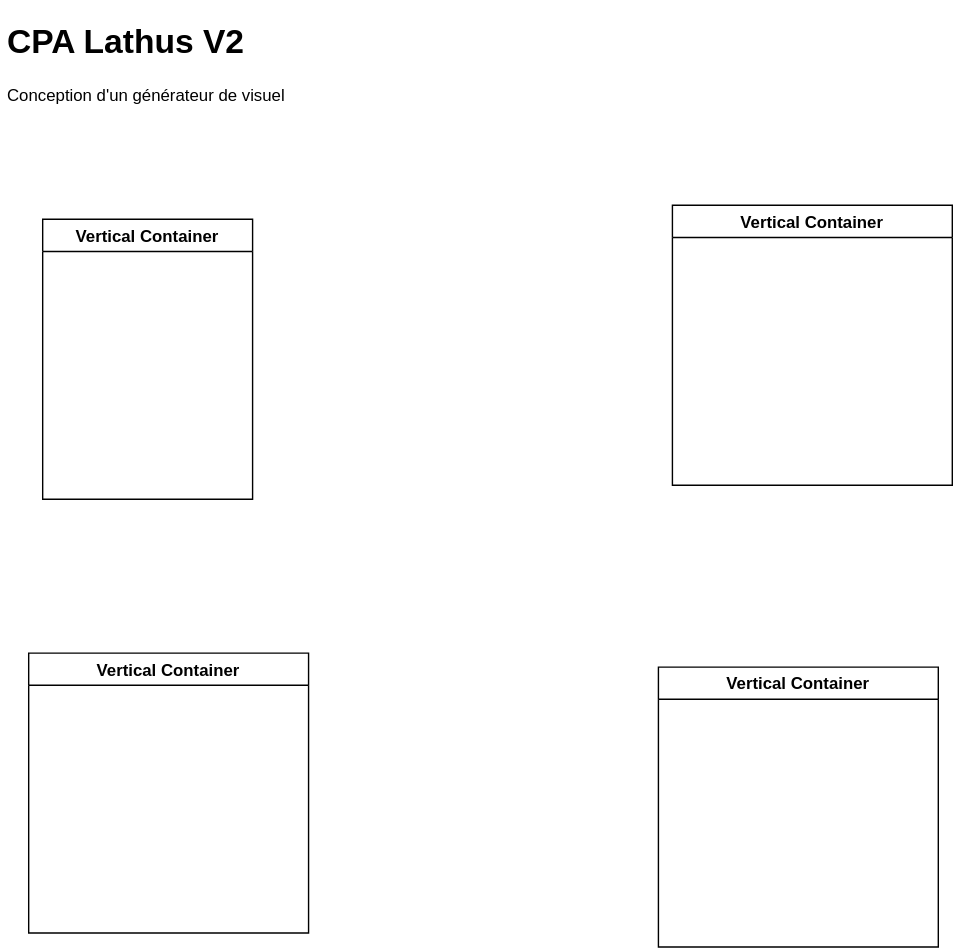
This is sources/mcd.drawio.svg from maitrecanard/cpa_lathus_v2, a draw.io export, as it was before one commit. Source tidied: cells renumbered, new cells last; positions are measured from the earlier drawing's top-left corner, leaving out a move shared by most shapes.
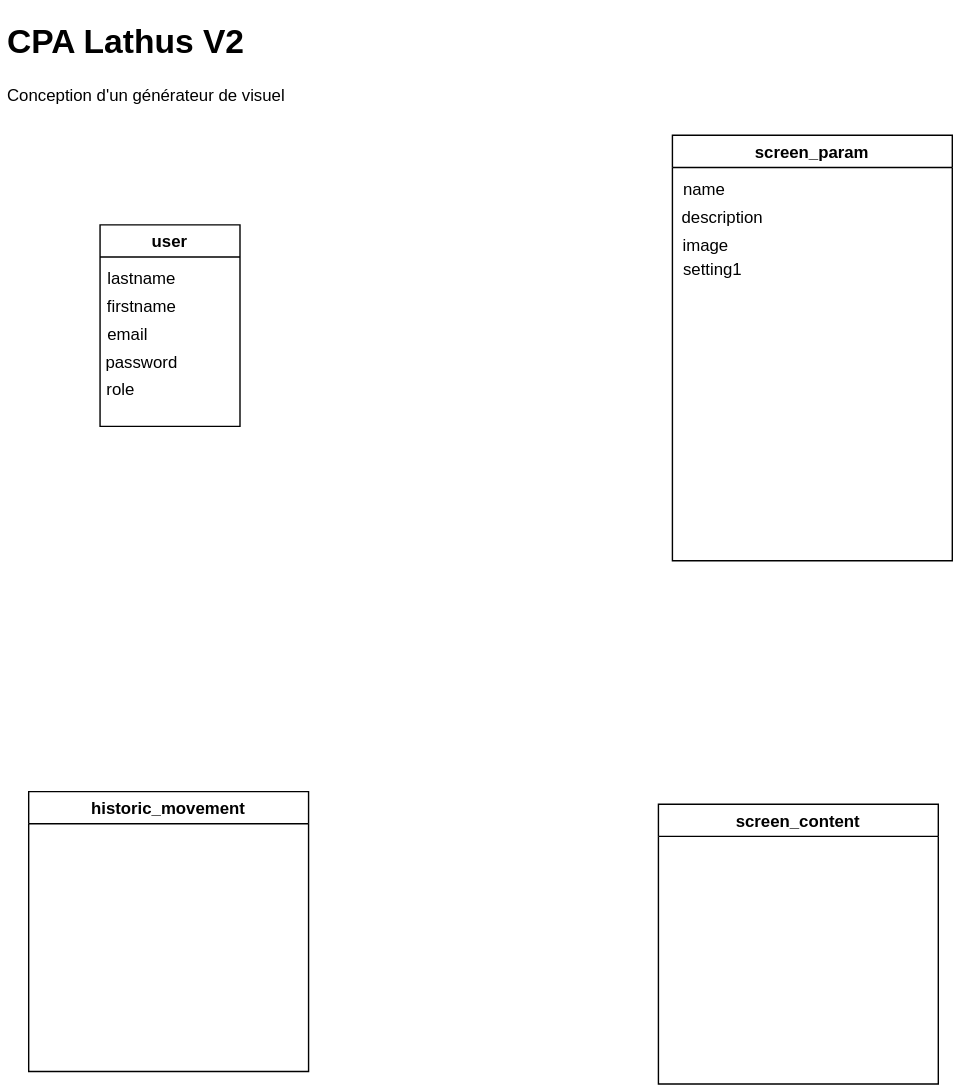
After the commit.

Commit message:
maj mcd

The edit, as a diff of the source:
```diff
@@ -5,17 +5,44 @@
     <mxCell id="2" value="&lt;h1&gt;CPA Lathus V2&lt;/h1&gt;&lt;p&gt;Conception d'un générateur de visuel&lt;/p&gt;" style="text;html=1;strokeColor=none;fillColor=none;spacing=5;spacingTop=-20;whiteSpace=wrap;overflow=hidden;rounded=0;" parent="1" vertex="1">
       <mxGeometry width="240" height="80" as="geometry" />
     </mxCell>
-    <mxCell id="3" value="Vertical Container" style="swimlane;" parent="1" vertex="1">
-      <mxGeometry x="30" y="146" width="150" height="200" as="geometry" />
+    <mxCell id="3" value="user" style="swimlane;" parent="1" vertex="1">
+      <mxGeometry x="71" y="150" width="100" height="144" as="geometry" />
     </mxCell>
+    <mxCell id="7" value="lastname" style="text;html=1;strokeColor=none;fillColor=none;align=center;verticalAlign=middle;whiteSpace=wrap;rounded=0;" parent="3" vertex="1">
+      <mxGeometry y="24" width="60" height="30" as="geometry" />
+    </mxCell>
+    <mxCell id="8" value="firstname" style="text;html=1;strokeColor=none;fillColor=none;align=center;verticalAlign=middle;whiteSpace=wrap;rounded=0;" parent="3" vertex="1">
+      <mxGeometry y="44" width="60" height="30" as="geometry" />
+    </mxCell>
+    <mxCell id="9" value="email" style="text;html=1;strokeColor=none;fillColor=none;align=center;verticalAlign=middle;whiteSpace=wrap;rounded=0;" parent="3" vertex="1">
+      <mxGeometry x="-10" y="64" width="60" height="30" as="geometry" />
+    </mxCell>
+    <mxCell id="10" value="password" style="text;html=1;strokeColor=none;fillColor=none;align=center;verticalAlign=middle;whiteSpace=wrap;rounded=0;" parent="3" vertex="1">
+      <mxGeometry y="84" width="60" height="30" as="geometry" />
+    </mxCell>
+    <mxCell id="11" value="role" style="text;html=1;strokeColor=none;fillColor=none;align=center;verticalAlign=middle;whiteSpace=wrap;rounded=0;" parent="3" vertex="1">
+      <mxGeometry x="-15" y="103" width="60" height="30" as="geometry" />
+    </mxCell>
-    <mxCell id="4" value="Vertical Container" style="swimlane;" parent="1" vertex="1">
-      <mxGeometry x="480" y="136" width="200" height="200" as="geometry" />
+    <mxCell id="4" value="screen_param" style="swimlane;" parent="1" vertex="1">
+      <mxGeometry x="480" y="86" width="200" height="304" as="geometry" />
     </mxCell>
+    <mxCell id="12" value="name" style="text;html=1;strokeColor=none;fillColor=none;align=center;verticalAlign=middle;whiteSpace=wrap;rounded=0;" parent="4" vertex="1">
+      <mxGeometry x="-7" y="24" width="60" height="30" as="geometry" />
+    </mxCell>
+    <mxCell id="13" value="description" style="text;html=1;strokeColor=none;fillColor=none;align=center;verticalAlign=middle;whiteSpace=wrap;rounded=0;" parent="4" vertex="1">
+      <mxGeometry x="6" y="44" width="60" height="30" as="geometry" />
+    </mxCell>
+    <mxCell id="14" value="image" style="text;html=1;strokeColor=none;fillColor=none;align=center;verticalAlign=middle;whiteSpace=wrap;rounded=0;" parent="4" vertex="1">
+      <mxGeometry x="-6" y="64" width="60" height="30" as="geometry" />
+    </mxCell>
+    <mxCell id="15" value="setting1" style="text;html=1;strokeColor=none;fillColor=none;align=center;verticalAlign=middle;whiteSpace=wrap;rounded=0;" parent="4" vertex="1">
+      <mxGeometry x="-1" y="81" width="60" height="30" as="geometry" />
+    </mxCell>
-    <mxCell id="5" value="Vertical Container" style="swimlane;" parent="1" vertex="1">
-      <mxGeometry x="20" y="456" width="200" height="200" as="geometry" />
+    <mxCell id="5" value="historic_movement" style="swimlane;" parent="1" vertex="1">
+      <mxGeometry x="20" y="555" width="200" height="200" as="geometry" />
     </mxCell>
-    <mxCell id="6" value="Vertical Container" style="swimlane;" parent="1" vertex="1">
-      <mxGeometry x="470" y="466" width="200" height="200" as="geometry" />
+    <mxCell id="6" value="screen_content" style="swimlane;startSize=23;" parent="1" vertex="1">
+      <mxGeometry x="470" y="564" width="200" height="200" as="geometry" />
     </mxCell>
   </root>
 </mxGraphModel>
```
